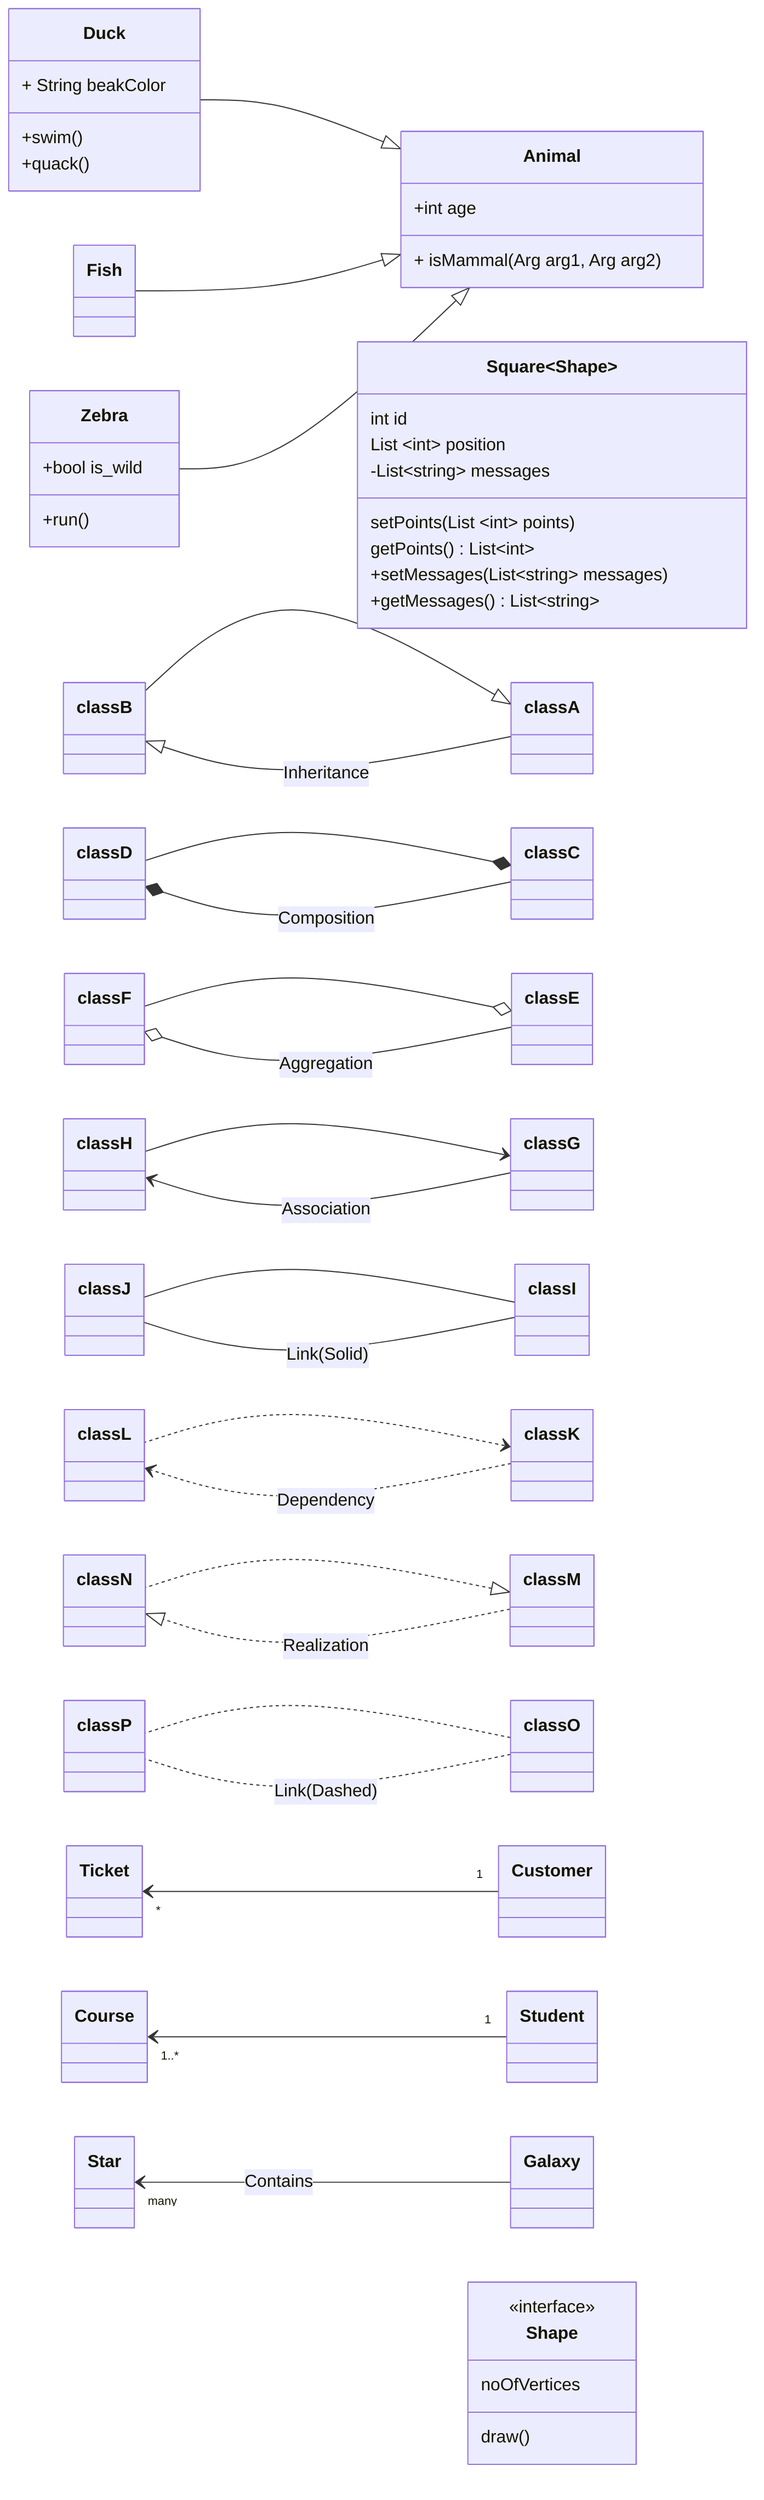
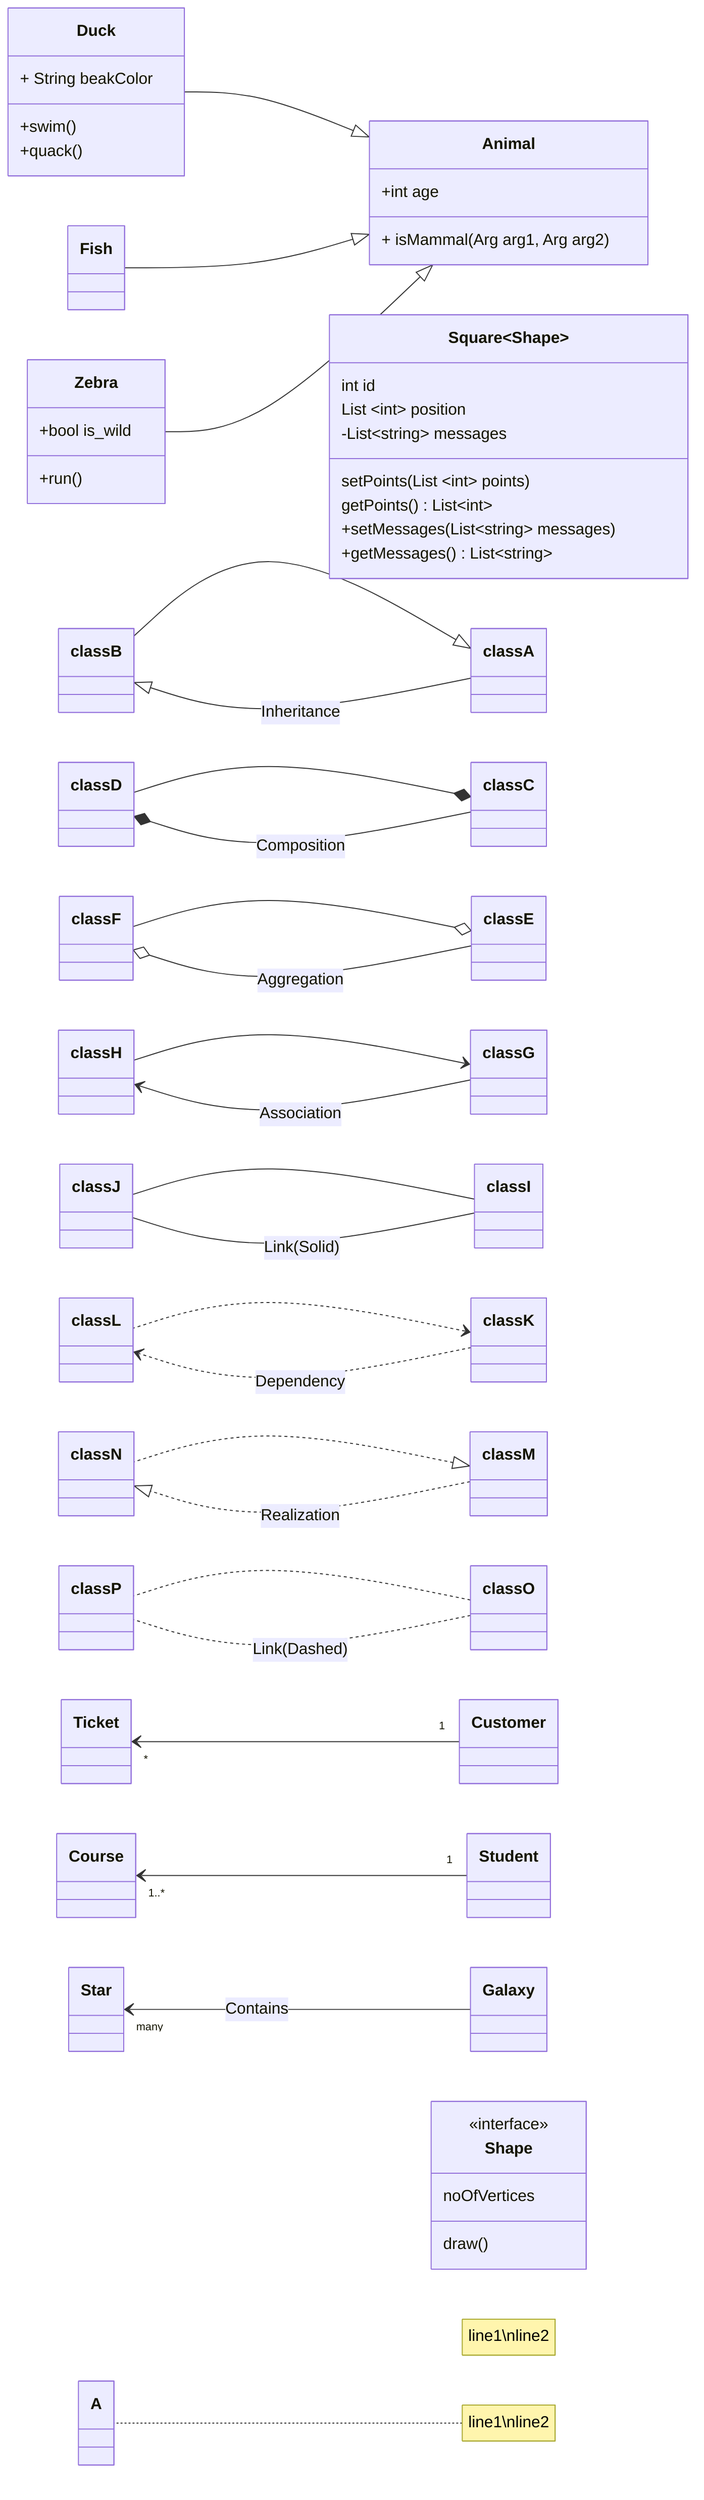
classDiagram
  direction RL
  class Animal
  Animal <|-- Duck
  Animal <|-- Fish
  Animal <|-- Zebra
  Animal: +int age
  Animal: + isMammal(Arg arg1, Arg arg2)
  class Duck {
    + String beakColor
    +swim()
    +quack()
  }
  class Zebra {
    +bool is_wild
    +run()
  }

  class Square ~Shape~ {
    int id
    List ~int~ position
    setPoints(List ~int~ points)
    getPoints() List~int~
  }

  Square: -List~string~ messages
  Square: +setMessages(List~string~ messages)
  Square: +getMessages() List~string~

  classA <|-- classB
  classC *-- classD
  classE o-- classF
  classG <-- classH
  classI -- classJ
  classK <.. classL
  classM <|.. classN
  classO .. classP

  classA --|> classB: Inheritance
  classC --* classD: Composition
  classE --o classF: Aggregation
  classG --> classH: Association
  classI -- classJ: Link(Solid)
  classK ..> classL: Dependency
  classM ..|> classN: Realization
  classO .. classP: Link(Dashed)

  Customer "1" --> "*" Ticket
  Student "1" --> "1..*" Course
  Galaxy --> "many" Star: Contains

  class Shape
  <<interface>> Shape
  class Shape {
    <<interface>>
    noOfVertices
    draw()
  }

  click className call callback() "tooltip"
-   click className href "url" "tooltip"+   click className href "url" "tooltip"
+ 
+   note "line1\nline2"
+ 
+   class A
+   note for A "line1\nline2"